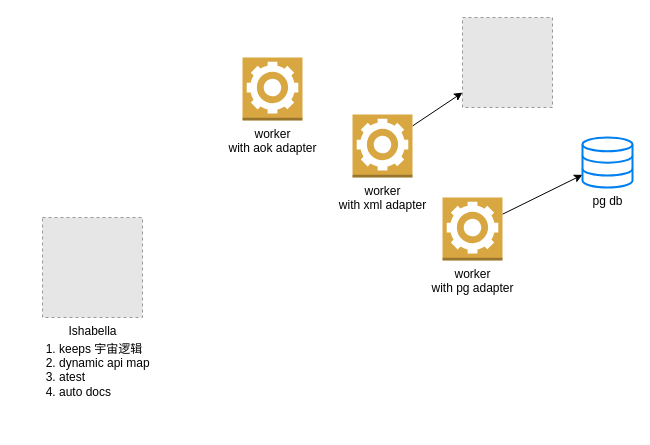
Above: paintfly.drawio in apporoad/paintfly (draw.io), before the change. Source tidied: cells renumbered, new cells numbered last; positions are measured from the earlier drawing's top-left corner, leaving out a move shared by most shapes. Both pictures are drawn from the tidied source at 100%, with x=0, y=0 at pixel (17, 17). Pictures stored in the file or linked from it are replaced by grey dashed boxes.
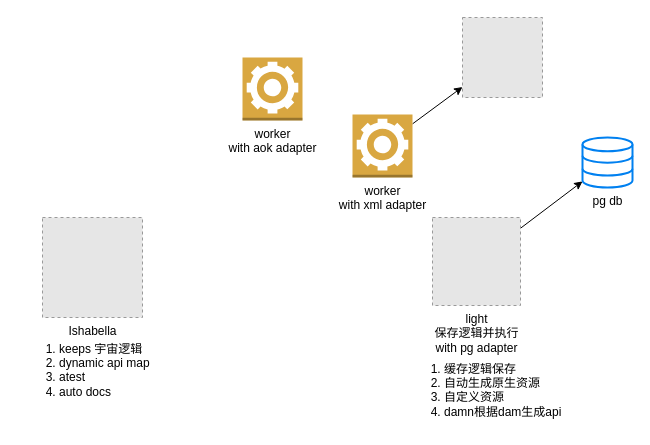
After the change.

Diff of the diagram source:
```diff
@@
 <mxGraphModel>
   <root>
     <mxCell id="0" />
     <mxCell id="1" parent="0" />
     <mxCell id="2" value="Ishabella" style="fillColor=#E6E6E6;strokeColor=#999999;dashed=1;html=1;verticalAlign=top;verticalLabelPosition=bottom;labelBackgroundColor=#ffffff;" parent="1" vertex="1">
       <mxGeometry x="25" y="200" width="100" height="100" as="geometry" />
     </mxCell>
-    <mxCell id="3" style="edgeStyle=none;rounded=0;jettySize=auto;html=1;" parent="1" edge="1" source="4" target="9">
-      <mxGeometry relative="1" as="geometry" />
-    </mxCell>
-    <mxCell id="4" value="worker&lt;br&gt;with pg adapter" style="outlineConnect=0;dashed=0;verticalLabelPosition=bottom;verticalAlign=top;align=center;html=1;shape=mxgraph.aws3.worker;fillColor=#D9A741;gradientColor=none;" parent="1" vertex="1">
-      <mxGeometry x="425" y="180" width="60" height="63" as="geometry" />
-    </mxCell>
     <mxCell id="5" style="rounded=0;jettySize=auto;html=1;" parent="1" edge="1" source="6" target="8">
       <mxGeometry relative="1" as="geometry" />
     </mxCell>
     <mxCell id="6" value="worker&lt;br&gt;with xml adapter" style="outlineConnect=0;dashed=0;verticalLabelPosition=bottom;verticalAlign=top;align=center;html=1;shape=mxgraph.aws3.worker;fillColor=#D9A741;gradientColor=none;" parent="1" vertex="1">
       <mxGeometry x="335" y="97" width="60" height="63" as="geometry" />
     </mxCell>
     <mxCell id="7" value="worker&lt;br&gt;with aok adapter" style="dashed=0;verticalLabelPosition=bottom;verticalAlign=top;align=center;html=1;shape=mxgraph.aws3.worker;fillColor=#D9A741;gradientColor=none;" parent="1" vertex="1">
       <mxGeometry x="225" y="40" width="60" height="63" as="geometry" />
     </mxCell>
     <mxCell id="8" style="fillColor=#E6E6E6;strokeColor=#999999;dashed=1;html=1;verticalAlign=top;verticalLabelPosition=bottom;labelBackgroundColor=#ffffff;" parent="1" vertex="1">
-      <mxGeometry x="445" width="90" height="90" as="geometry" />
+      <mxGeometry x="445" width="80" height="80" as="geometry" />
     </mxCell>
     <mxCell id="9" value="pg db" style="html=1;verticalLabelPosition=bottom;align=center;labelBackgroundColor=#ffffff;verticalAlign=top;strokeWidth=2;strokeColor=#0080F0;shadow=0;dashed=0;shape=mxgraph.ios7.icons.data;" parent="1" vertex="1">
       <mxGeometry x="565" y="120" width="50" height="50" as="geometry" />
     </mxCell>
     <mxCell id="10" value="&lt;ol&gt;&lt;li&gt;keeps 宇宙逻辑&lt;/li&gt;&lt;li&gt;dynamic api map&lt;/li&gt;&lt;li&gt;atest&lt;/li&gt;&lt;li&gt;auto docs&lt;/li&gt;&lt;/ol&gt;" style="text;strokeColor=none;fillColor=none;html=1;whiteSpace=wrap;verticalAlign=middle;overflow=hidden;" parent="1" vertex="1">
       <mxGeometry y="310" width="150" height="80" as="geometry" />
     </mxCell>
+    <mxCell id="11" style="rounded=0;jettySize=auto;html=1;" parent="1" edge="1" source="12" target="9">
+      <mxGeometry relative="1" as="geometry" />
+    </mxCell>
+    <mxCell id="12" value="light&lt;br&gt;保存逻辑并执行&lt;br&gt;with pg adapter" style="fillColor=#E6E6E6;strokeColor=#999999;dashed=1;html=1;verticalAlign=top;verticalLabelPosition=bottom;labelBackgroundColor=#ffffff;" parent="1" vertex="1">
+      <mxGeometry x="415" y="200" width="88" height="88" as="geometry" />
+    </mxCell>
+    <mxCell id="13" value="&lt;ol&gt;&lt;li&gt;缓存逻辑保存&lt;/li&gt;&lt;li&gt;自动生成原生资源&lt;/li&gt;&lt;li&gt;自定义资源&lt;/li&gt;&lt;li&gt;damn根据dam生成api&lt;/li&gt;&lt;/ol&gt;" style="text;strokeColor=none;fillColor=none;html=1;whiteSpace=wrap;verticalAlign=middle;overflow=hidden;" parent="1" vertex="1">
+      <mxGeometry x="385" y="330" width="225" height="80" as="geometry" />
+    </mxCell>
   </root>
 </mxGraphModel>
```
